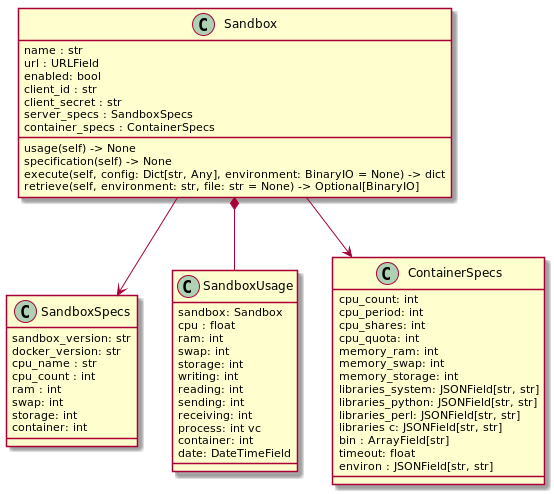
The PlantUML diagram diagrammes/sandbox/sandbox.png in PremierLangage/platon-conception, before a commit.
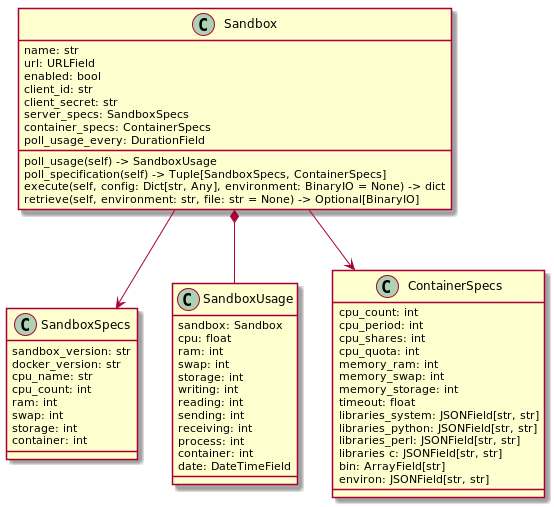
Later version of the same file.

Commit message:
Some tweak on Sandbox diagrams

Change to the diagram source:
```diff
@@ -3,9 +3,9 @@
 class SandboxSpecs {
     sandbox_version: str
     docker_version: str
-    cpu_name : str
-    cpu_count : int
-    ram : int
+    cpu_name: str
+    cpu_count: int
+    ram: int
     swap: int
     storage: int
     container: int
@@ -14,7 +14,7 @@
 
 class SandboxUsage {
     sandbox: Sandbox
-    cpu : float
+    cpu: float
     ram: int
     swap: int
     storage: int
@@ -22,7 +22,7 @@
     reading: int
     sending: int
     receiving: int
-    process: int vc
+    process: int
     container: int
     date: DateTimeField
 }
@@ -36,27 +36,28 @@
     memory_ram: int
     memory_swap: int
     memory_storage: int
+    timeout: float
     libraries_system: JSONField[str, str]
     libraries_python: JSONField[str, str]
     libraries_perl: JSONField[str, str]
     libraries c: JSONField[str, str]
-    bin : ArrayField[str]
-    timeout: float
-    environ : JSONField[str, str]
+    bin: ArrayField[str]
+    environ: JSONField[str, str]
 }
 
 
 class Sandbox {
-    name : str
-    url : URLField
+    name: str
+    url: URLField
     enabled: bool
-    client_id : str
-    client_secret : str
-    server_specs : SandboxSpecs
-    container_specs : ContainerSpecs
+    client_id: str
+    client_secret: str
+    server_specs: SandboxSpecs
+    container_specs: ContainerSpecs
+    poll_usage_every: DurationField
 
-    usage(self) -> None
-    specification(self) -> None
+    poll_usage(self) -> SandboxUsage
+    poll_specification(self) -> Tuple[SandboxSpecs, ContainerSpecs]
     execute(self, config: Dict[str, Any], environment: BinaryIO = None) -> dict
     retrieve(self, environment: str, file: str = None) -> Optional[BinaryIO]
 }
```
